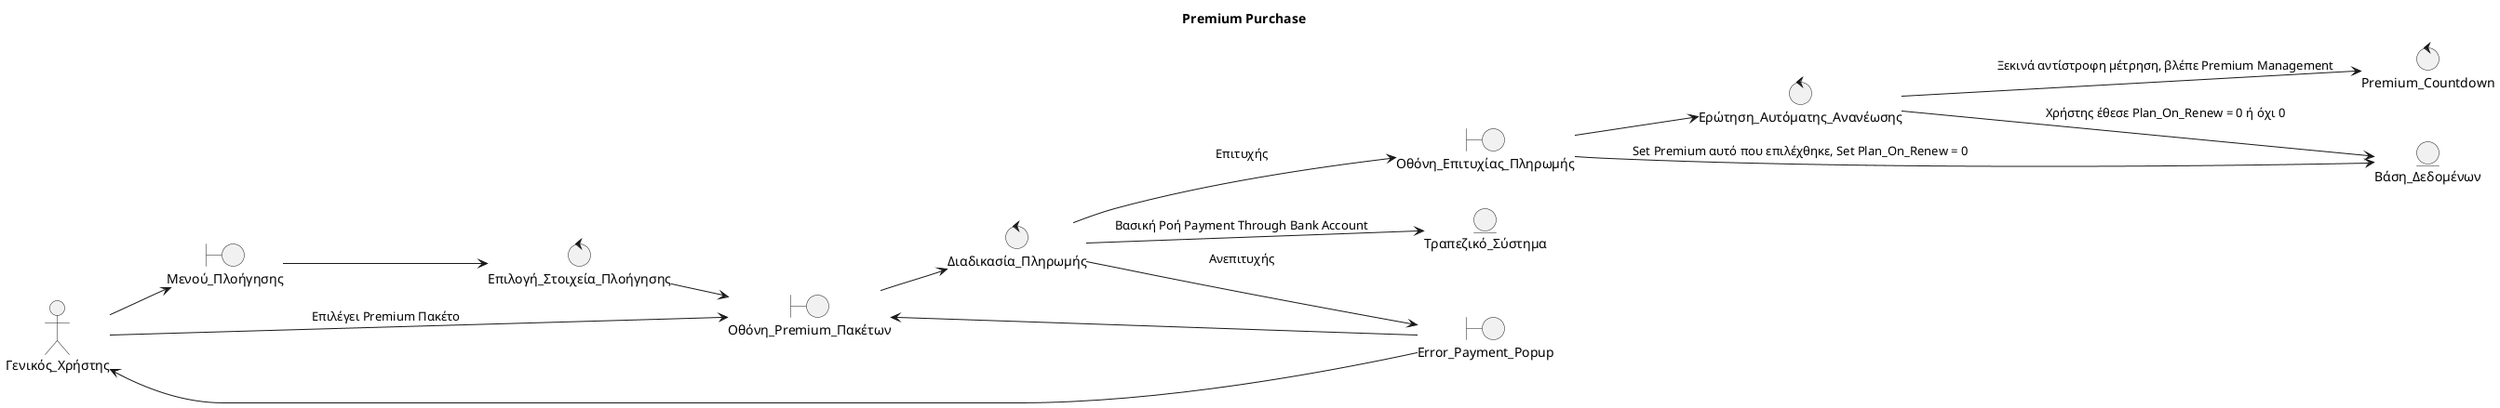
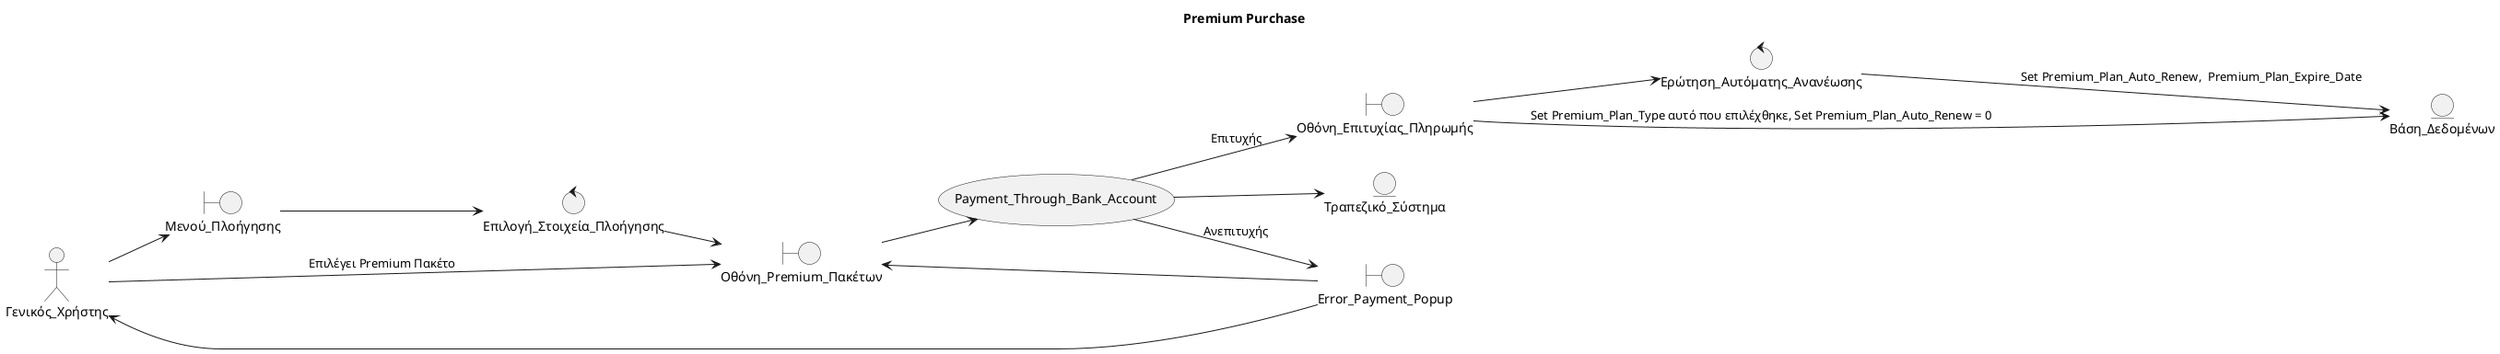
@startuml

title Premium Purchase

left to right direction

skinparam shadowing false
skinparam roundcorner 10

' =====================================================
' ACTORS
' =====================================================

actor Γενικός_Χρήστης

' =====================================================
' BOUNDARY OBJECTS
' =====================================================

boundary Μενού_Πλοήγησης
boundary Οθόνη_Premium_Πακέτων
boundary Οθόνη_Επιτυχίας_Πληρωμής
boundary Error_Payment_Popup



' =====================================================
' CONTROL OBJECTS
' =====================================================

control Επιλογή_Στοιχεία_Πλοήγησης
- control Διαδικασία_Πληρωμής
control Ερώτηση_Αυτόματης_Ανανέωσης
- control Premium_Countdown

' =====================================================
' ENTITY OBJECTS
' =====================================================

entity Βάση_Δεδομένων
entity Τραπεζικό_Σύστημα

+ 
+ ' =====================================================
+ ' USE CASES
+ ' =====================================================
+ 
+ usecase Payment_Through_Bank_Account
+ 
' =====================================================
' INTERACTIONS
' =====================================================
Γενικός_Χρήστης --> Μενού_Πλοήγησης
Μενού_Πλοήγησης --> Επιλογή_Στοιχεία_Πλοήγησης
Επιλογή_Στοιχεία_Πλοήγησης --> Οθόνη_Premium_Πακέτων
Γενικός_Χρήστης --> Οθόνη_Premium_Πακέτων : Επιλέγει Premium Πακέτο
- Οθόνη_Premium_Πακέτων --> Διαδικασία_Πληρωμής
- Διαδικασία_Πληρωμής --> Τραπεζικό_Σύστημα : Βασική Ροή Payment Through Bank Account
- Διαδικασία_Πληρωμής --> Οθόνη_Επιτυχίας_Πληρωμής : Επιτυχής
- Οθόνη_Επιτυχίας_Πληρωμής --> Βάση_Δεδομένων : Set Premium αυτό που επιλέχθηκε, Set Plan_On_Renew = 0
- Διαδικασία_Πληρωμής --> Error_Payment_Popup : Ανεπιτυχής
+ Οθόνη_Premium_Πακέτων --> Payment_Through_Bank_Account
+ Payment_Through_Bank_Account --> Τραπεζικό_Σύστημα
+ Payment_Through_Bank_Account --> Οθόνη_Επιτυχίας_Πληρωμής : Επιτυχής
+ Οθόνη_Επιτυχίας_Πληρωμής --> Βάση_Δεδομένων : Set Premium_Plan_Type αυτό που επιλέχθηκε, Set Premium_Plan_Auto_Renew = 0
+ Payment_Through_Bank_Account --> Error_Payment_Popup : Ανεπιτυχής
Error_Payment_Popup --> Γενικός_Χρήστης
Error_Payment_Popup --> Οθόνη_Premium_Πακέτων
' Δε ξέρω τι να βάλω για control εδώ, 150 render δεν έχουν νόημα
Οθόνη_Επιτυχίας_Πληρωμής --> Ερώτηση_Αυτόματης_Ανανέωσης
- Ερώτηση_Αυτόματης_Ανανέωσης -->  Βάση_Δεδομένων : Χρήστης έθεσε Plan_On_Renew = 0 ή όχι 0
- Ερώτηση_Αυτόματης_Ανανέωσης --> Premium_Countdown : Ξεκινά αντίστροφη μέτρηση, βλέπε Premium Management
+ Ερώτηση_Αυτόματης_Ανανέωσης -->  Βάση_Δεδομένων : Set Premium_Plan_Auto_Renew,  Premium_Plan_Expire_Date
+ 



@enduml